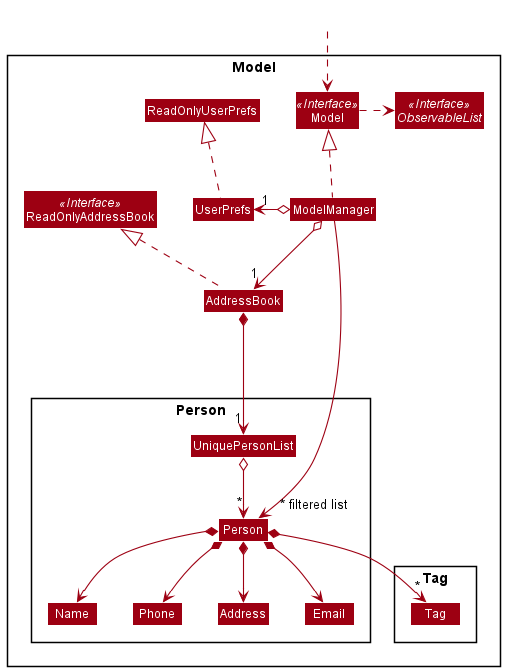
Earlier version of the PlantUML export docs/images/ModelClassDiagram.png (nus-cs2103-AY2021S2/tp).
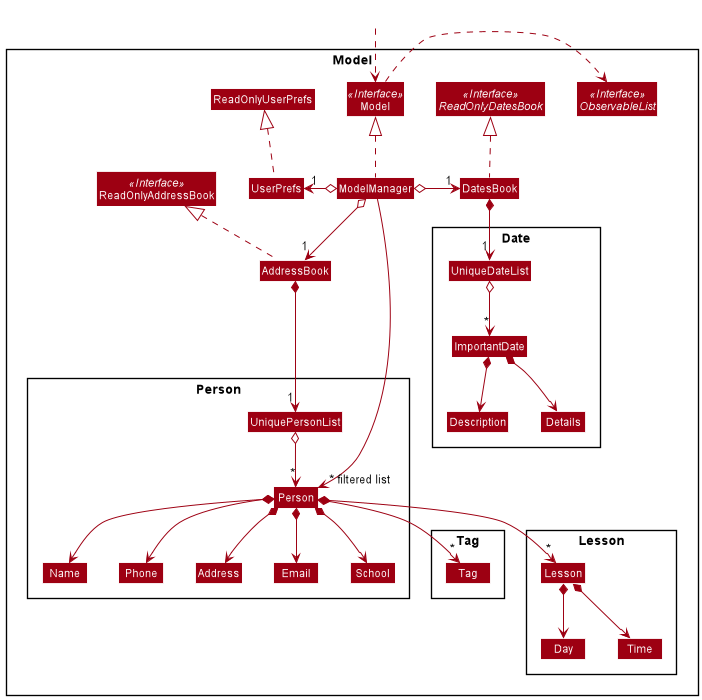
The same diagram one commit later.

Commit message:
Modify class diagrams

Change to the diagram source:
```diff
@@ -8,12 +8,14 @@
 Interface ReadOnlyAddressBook <<Interface>>
 Interface Model <<Interface>>
 Interface ObservableList <<Interface>>
+Interface ReadOnlyDatesBook <<Interface>>
 Class AddressBook
 Class ReadOnlyAddressBook
 Class Model
 Class ModelManager
 Class UserPrefs
 Class ReadOnlyUserPrefs
+Class DatesBook
 
 Package Person {
 Class Person
@@ -21,11 +23,25 @@
 Class Email
 Class Name
 Class Phone
+Class School
 Class UniquePersonList
 }
 
 Package Tag {
 Class Tag
+}
+
+Package Lesson {
+Class Lesson
+Class Day
+Class Time
+}
+
+Package Date {
+Class Description
+Class Details
+Class ImportantDate
+Class UniqueDateList
 }
 }
 
@@ -39,6 +55,8 @@
 ModelManager o--> "1" AddressBook
 ModelManager o-left-> "1" UserPrefs
 UserPrefs .up.|> ReadOnlyUserPrefs
+ModelManager o-right-> "1" DatesBook
+DatesBook .up.|> ReadOnlyDatesBook
 
 AddressBook *--> "1" UniquePersonList
 UniquePersonList o--> "*" Person
@@ -46,11 +64,20 @@
 Person *--> Phone
 Person *--> Email
 Person *--> Address
+Person *--> School
 Person *--> "*" Tag
+Person *--> "*" Lesson
+Lesson *--> Day
+Lesson *--> Time
 
 Name -[hidden]right-> Phone
 Phone -[hidden]right-> Address
 Address -[hidden]right-> Email
 
+DatesBook *--> "1" UniqueDateList
+UniqueDateList o--> "*" ImportantDate
+ImportantDate *--> Description
+ImportantDate *--> Details
+
 ModelManager ----->" ~* filtered list" Person
 @enduml
```
